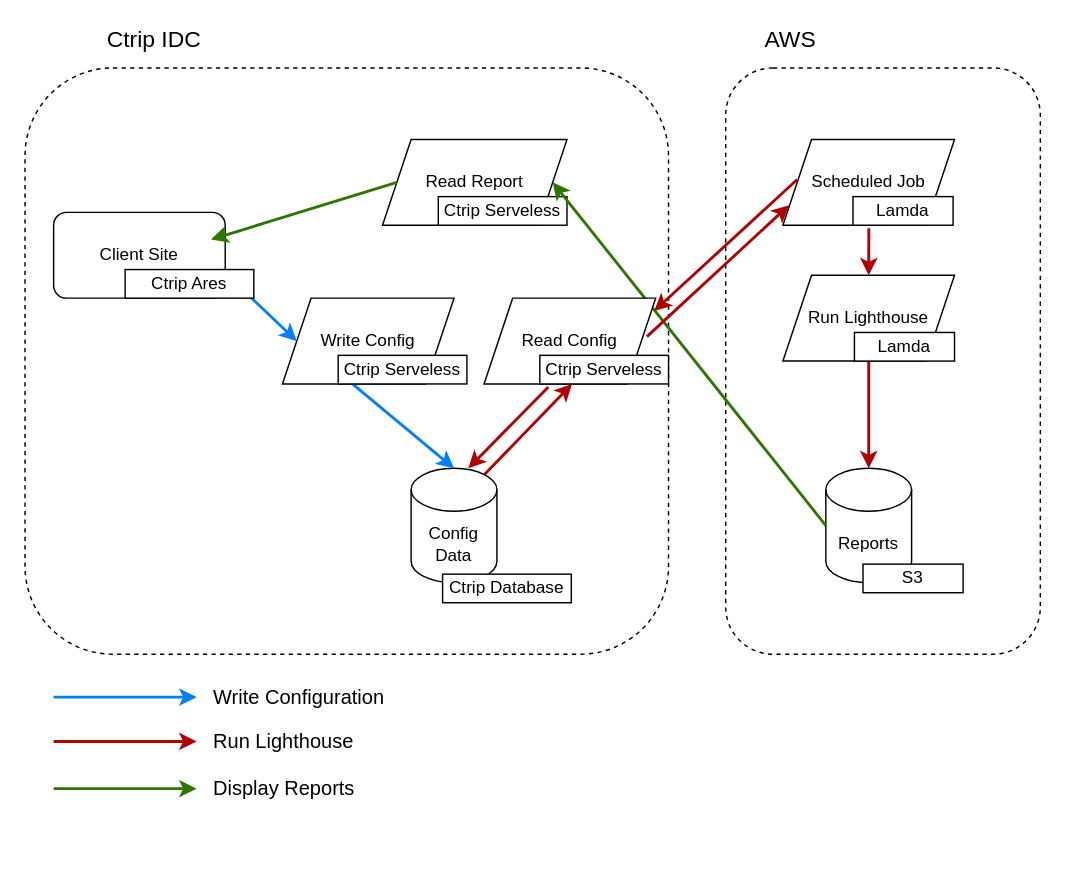
harrybaa/drawio_bucket keeps this draw.io diagram as Untitled Diagram.drawio. Above is the earlier version. Source tidied: cells renumbered, new cells numbered last; positions are measured from the earlier drawing's top-left corner, leaving out a move shared by most shapes. Both pictures are drawn from the tidied source at 143%, with x=0, y=0 at pixel (24, 24).
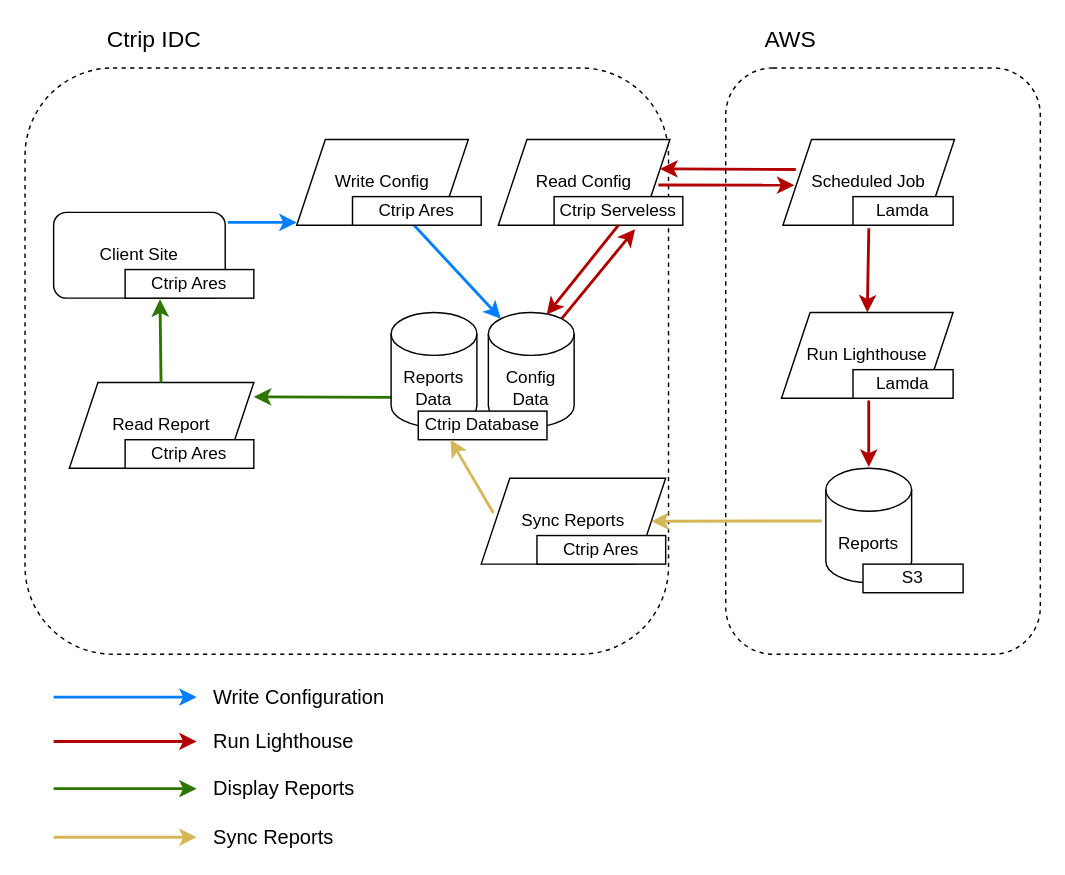
The same diagram, later.

Unchanged cells that the change refers to:
```xml
<mxCell id="6" value="Client Site" style="rounded=1;whiteSpace=wrap;html=1;" parent="1" vertex="1">
  <mxGeometry x="20" y="131" width="120" height="60" as="geometry" />
</mxCell>
<mxCell id="9" value="Reports" style="shape=cylinder3;whiteSpace=wrap;html=1;boundedLbl=1;backgroundOutline=1;size=15;" parent="1" vertex="1">
  <mxGeometry x="560" y="310" width="60" height="80" as="geometry" />
</mxCell>
<mxCell id="13" value="Scheduled Job" style="shape=parallelogram;perimeter=parallelogramPerimeter;whiteSpace=wrap;html=1;fixedSize=1;" parent="1" vertex="1">
  <mxGeometry x="530" y="80" width="120" height="60" as="geometry" />
</mxCell>
<mxCell id="30" value="Ctrip Ares" style="rounded=0;whiteSpace=wrap;html=1;fontSize=12;" parent="1" vertex="1">
  <mxGeometry x="70" y="171" width="90" height="20" as="geometry" />
</mxCell>
```

Diff of the diagram source:
```diff
@@
     <mxCell id="4" value="Config Data" style="shape=cylinder3;whiteSpace=wrap;html=1;boundedLbl=1;backgroundOutline=1;size=15;" parent="1" vertex="1">
-      <mxGeometry x="270" y="310" width="60" height="80" as="geometry" />
+      <mxGeometry x="324" y="201" width="60" height="80" as="geometry" />
     </mxCell>
     <mxCell id="5" value="Write Config" style="shape=parallelogram;perimeter=parallelogramPerimeter;whiteSpace=wrap;html=1;fixedSize=1;" parent="1" vertex="1">
-      <mxGeometry x="180" y="191" width="120" height="60" as="geometry" />
+      <mxGeometry x="190" y="80" width="120" height="60" as="geometry" />
     </mxCell>
@@
     <mxCell id="7" value="Read Report" style="shape=parallelogram;perimeter=parallelogramPerimeter;whiteSpace=wrap;html=1;fixedSize=1;" parent="1" vertex="1">
-      <mxGeometry x="250" y="80" width="129" height="60" as="geometry" />
+      <mxGeometry x="31" y="250" width="129" height="60" as="geometry" />
     </mxCell>
-    <mxCell id="8" value="Ctrip Serveless" style="rounded=0;whiteSpace=wrap;html=1;fontSize=12;" parent="7" vertex="1">
+    <mxCell id="8" value="Ctrip Ares" style="rounded=0;whiteSpace=wrap;html=1;fontSize=12;" parent="7" vertex="1">
       <mxGeometry x="39" y="40" width="90" height="20" as="geometry" />
     </mxCell>
@@
     <mxCell id="10" value="Run Lighthouse" style="shape=parallelogram;perimeter=parallelogramPerimeter;whiteSpace=wrap;html=1;fixedSize=1;" parent="1" vertex="1">
-      <mxGeometry x="530" y="175" width="120" height="60" as="geometry" />
+      <mxGeometry x="529" y="201" width="120" height="60" as="geometry" />
     </mxCell>
-    <mxCell id="11" style="curved=1;endArrow=classic;html=1;rounded=0;strokeColor=#007FFF;strokeWidth=2;entryX=0;entryY=0.5;entryDx=0;entryDy=0;exitX=0.75;exitY=0;exitDx=0;exitDy=0;" parent="1" edge="1" source="30" target="5">
+    <mxCell id="11" style="curved=1;endArrow=classic;html=1;rounded=0;strokeColor=#007FFF;strokeWidth=2;exitX=1.015;exitY=0.117;exitDx=0;exitDy=0;exitPerimeter=0;entryX=0;entryY=0.967;entryDx=0;entryDy=0;entryPerimeter=0;" parent="1" edge="1" source="6" target="5">
       <mxGeometry relative="1" as="geometry" />
     </mxCell>
-    <mxCell id="12" style="curved=1;endArrow=classic;html=1;rounded=0;exitX=0.408;exitY=1;exitDx=0;exitDy=0;strokeColor=#007FFF;entryX=0.5;entryY=0;entryDx=0;entryDy=0;entryPerimeter=0;strokeWidth=2;exitPerimeter=0;" parent="1" edge="1" source="5" target="4">
+    <mxCell id="12" style="curved=1;endArrow=classic;html=1;rounded=0;exitX=0.477;exitY=0.994;exitDx=0;exitDy=0;strokeColor=#007FFF;entryX=0.145;entryY=0;entryDx=0;entryDy=4.35;entryPerimeter=0;strokeWidth=2;exitPerimeter=0;" parent="1" edge="1" source="29" target="4">
       <mxGeometry relative="1" as="geometry" />
     </mxCell>
@@
-    <mxCell id="15" style="curved=1;endArrow=classic;html=1;rounded=0;strokeColor=#B20000;exitX=0.5;exitY=1;exitDx=0;exitDy=0;entryX=0.5;entryY=0;entryDx=0;entryDy=0;fillColor=#e51400;entryPerimeter=0;strokeWidth=2;" parent="1" edge="1" source="10" target="9">
+    <mxCell id="15" style="curved=1;endArrow=classic;html=1;rounded=0;strokeColor=#B20000;entryX=0.5;entryY=0;entryDx=0;entryDy=0;fillColor=#e51400;entryPerimeter=0;strokeWidth=2;" parent="1" edge="1">
       <mxGeometry relative="1" as="geometry">
+        <mxPoint x="590" y="269" as="sourcePoint" />
+        <mxPoint x="590" y="309" as="targetPoint" />
         <Array as="points">
-          <mxPoint x="590" y="270" />
+          <mxPoint x="590" y="249" />
         </Array>
       </mxGeometry>
     </mxCell>
-    <mxCell id="16" style="curved=1;endArrow=classic;html=1;rounded=0;strokeColor=#2D7600;exitX=0;exitY=0.5;exitDx=0;exitDy=0;exitPerimeter=0;entryX=1;entryY=0.5;entryDx=0;entryDy=0;fillColor=#60a917;strokeWidth=2;" parent="1" edge="1" source="9" target="7">
-      <mxGeometry relative="1" as="geometry" />
+    <mxCell id="16" style="curved=1;endArrow=classic;html=1;rounded=0;strokeColor=#2D7600;fillColor=#60a917;strokeWidth=2;exitX=0;exitY=1;exitDx=0;exitDy=-15;exitPerimeter=0;" parent="1" edge="1">
+      <mxGeometry relative="1" as="geometry">
+        <mxPoint x="256" y="260.4" as="sourcePoint" />
+        <mxPoint x="160" y="260" as="targetPoint" />
+      </mxGeometry>
     </mxCell>
-    <mxCell id="17" style="curved=1;endArrow=classic;html=1;rounded=0;strokeColor=#2D7600;fillColor=#60a917;exitX=0;exitY=0.5;exitDx=0;exitDy=0;strokeWidth=2;entryX=0.917;entryY=0.317;entryDx=0;entryDy=0;entryPerimeter=0;" parent="1" edge="1" source="7" target="6">
+    <mxCell id="17" style="curved=1;endArrow=classic;html=1;rounded=0;strokeColor=#2D7600;fillColor=#60a917;strokeWidth=2;entryX=0.271;entryY=1.041;entryDx=0;entryDy=0;entryPerimeter=0;" parent="1" edge="1" source="7" target="30">
       <mxGeometry relative="1" as="geometry" />
     </mxCell>
@@
     <mxCell id="26" value="Lamda" style="rounded=0;whiteSpace=wrap;html=1;fontSize=12;" parent="1" vertex="1">
-      <mxGeometry x="580" y="215" width="70" height="20" as="geometry" />
+      <mxGeometry x="579" y="241" width="70" height="20" as="geometry" />
     </mxCell>
@@
-    <mxCell id="28" value="Ctrip Database" style="rounded=0;whiteSpace=wrap;html=1;fontSize=12;" parent="1" vertex="1">
-      <mxGeometry x="292" y="384" width="90" height="20" as="geometry" />
-    </mxCell>
-    <mxCell id="29" value="Ctrip Serveless" style="rounded=0;whiteSpace=wrap;html=1;fontSize=12;" parent="1" vertex="1">
-      <mxGeometry x="219" y="231" width="90" height="20" as="geometry" />
+    <mxCell id="29" value="Ctrip Ares" style="rounded=0;whiteSpace=wrap;html=1;fontSize=12;" parent="1" vertex="1">
+      <mxGeometry x="229" y="120" width="90" height="20" as="geometry" />
     </mxCell>
@@
     <mxCell id="31" value="Read Config" style="shape=parallelogram;perimeter=parallelogramPerimeter;whiteSpace=wrap;html=1;fixedSize=1;" parent="1" vertex="1">
-      <mxGeometry x="321" y="191" width="120" height="60" as="geometry" />
+      <mxGeometry x="331" y="80" width="120" height="60" as="geometry" />
     </mxCell>
     <mxCell id="32" value="Ctrip Serveless" style="rounded=0;whiteSpace=wrap;html=1;fontSize=12;" parent="1" vertex="1">
-      <mxGeometry x="360" y="231" width="90" height="20" as="geometry" />
+      <mxGeometry x="370" y="120" width="90" height="20" as="geometry" />
     </mxCell>
-    <mxCell id="33" style="curved=1;endArrow=classic;html=1;rounded=0;strokeColor=#B20000;fillColor=#e51400;strokeWidth=2;verticalAlign=middle;exitX=0.066;exitY=1.103;exitDx=0;exitDy=0;exitPerimeter=0;" parent="1" edge="1" source="32">
-      <mxGeometry relative="1" as="geometry">
-        <mxPoint x="310" y="310" as="targetPoint" />
-      </mxGeometry>
+    <mxCell id="33" style="curved=1;endArrow=classic;html=1;rounded=0;strokeColor=#B20000;fillColor=#e51400;strokeWidth=2;verticalAlign=middle;exitX=0.5;exitY=1;exitDx=0;exitDy=0;entryX=0.679;entryY=0.02;entryDx=0;entryDy=0;entryPerimeter=0;" parent="1" edge="1" source="32" target="4">
+      <mxGeometry relative="1" as="geometry" />
     </mxCell>
-    <mxCell id="34" style="curved=1;endArrow=classic;html=1;rounded=0;strokeColor=#B20000;fillColor=#e51400;strokeWidth=2;verticalAlign=middle;entryX=0.25;entryY=1;entryDx=0;entryDy=0;exitX=0.855;exitY=0;exitDx=0;exitDy=4.35;exitPerimeter=0;" parent="1" edge="1" source="4" target="32">
+    <mxCell id="34" style="curved=1;endArrow=classic;html=1;rounded=0;strokeColor=#B20000;fillColor=#e51400;strokeWidth=2;verticalAlign=middle;exitX=0.855;exitY=0;exitDx=0;exitDy=4.35;exitPerimeter=0;entryX=0.629;entryY=1.14;entryDx=0;entryDy=0;entryPerimeter=0;" parent="1" edge="1" source="4" target="32">
       <mxGeometry relative="1" as="geometry" />
     </mxCell>
-    <mxCell id="35" style="curved=1;endArrow=classic;html=1;rounded=0;strokeColor=#B20000;fillColor=#e51400;strokeWidth=2;verticalAlign=middle;exitX=0.949;exitY=0.448;exitDx=0;exitDy=0;exitPerimeter=0;entryX=0.036;entryY=0.766;entryDx=0;entryDy=0;entryPerimeter=0;" parent="1" edge="1" source="31" target="13">
-      <mxGeometry relative="1" as="geometry" />
+    <mxCell id="35" style="curved=1;endArrow=classic;html=1;rounded=0;strokeColor=#B20000;fillColor=#e51400;strokeWidth=2;verticalAlign=middle;exitX=0.949;exitY=0.448;exitDx=0;exitDy=0;exitPerimeter=0;" parent="1" edge="1">
+      <mxGeometry relative="1" as="geometry">
+        <mxPoint x="442.9" y="111.9" as="sourcePoint" />
+        <mxPoint x="538" y="112" as="targetPoint" />
+      </mxGeometry>
     </mxCell>
-    <mxCell id="36" style="curved=1;endArrow=classic;html=1;rounded=0;strokeColor=#B20000;exitX=0;exitY=0.5;exitDx=0;exitDy=0;fillColor=#e51400;strokeWidth=2;" parent="1" edge="1">
+    <mxCell id="36" style="curved=1;endArrow=classic;html=1;rounded=0;strokeColor=#B20000;fillColor=#e51400;strokeWidth=2;entryX=0.836;entryY=-0.168;entryDx=0;entryDy=0;entryPerimeter=0;" parent="1" edge="1">
       <mxGeometry relative="1" as="geometry">
-        <mxPoint x="540" y="108" as="sourcePoint" />
-        <mxPoint x="440" y="200" as="targetPoint" />
+        <mxPoint x="539" y="101" as="sourcePoint" />
+        <mxPoint x="444.2" y="100.6" as="targetPoint" />
       </mxGeometry>
     </mxCell>
@@
+    <mxCell id="38" value="Reports Data" style="shape=cylinder3;whiteSpace=wrap;html=1;boundedLbl=1;backgroundOutline=1;size=15;" parent="1" vertex="1">
+      <mxGeometry x="256" y="201" width="60" height="80" as="geometry" />
+    </mxCell>
+    <mxCell id="39" value="Sync Reports" style="shape=parallelogram;perimeter=parallelogramPerimeter;whiteSpace=wrap;html=1;fixedSize=1;" parent="1" vertex="1">
+      <mxGeometry x="319" y="317" width="129" height="60" as="geometry" />
+    </mxCell>
+    <mxCell id="40" value="Ctrip Ares" style="rounded=0;whiteSpace=wrap;html=1;fontSize=12;" parent="39" vertex="1">
+      <mxGeometry x="39" y="40" width="90" height="20" as="geometry" />
+    </mxCell>
+    <mxCell id="28" value="Ctrip Database" style="rounded=0;whiteSpace=wrap;html=1;fontSize=12;" parent="1" vertex="1">
+      <mxGeometry x="275" y="270" width="90" height="20" as="geometry" />
+    </mxCell>
+    <mxCell id="41" style="curved=1;endArrow=classic;html=1;rounded=0;strokeColor=#d6b656;fillColor=#fff2cc;strokeWidth=2;exitX=0.066;exitY=0.403;exitDx=0;exitDy=0;exitPerimeter=0;entryX=0.25;entryY=1;entryDx=0;entryDy=0;" parent="1" edge="1" source="39" target="28">
+      <mxGeometry relative="1" as="geometry" />
+    </mxCell>
+    <mxCell id="42" style="curved=1;endArrow=classic;html=1;rounded=0;strokeColor=#d6b656;fillColor=#fff2cc;strokeWidth=2;exitX=-0.046;exitY=0.46;exitDx=0;exitDy=0;exitPerimeter=0;entryX=1;entryY=0.5;entryDx=0;entryDy=0;" parent="1" edge="1" source="9" target="39">
+      <mxGeometry relative="1" as="geometry" />
+    </mxCell>
+    <mxCell id="43" style="curved=1;endArrow=classic;html=1;rounded=0;strokeColor=#d6b656;fillColor=#fff2cc;strokeWidth=2;" parent="1" edge="1">
+      <mxGeometry relative="1" as="geometry">
+        <mxPoint x="20" y="568" as="sourcePoint" />
+        <mxPoint x="120" y="568" as="targetPoint" />
+      </mxGeometry>
+    </mxCell>
+    <mxCell id="44" value="Sync Reports" style="text;html=1;align=left;verticalAlign=middle;strokeColor=none;fillColor=none;fontSize=14;" parent="1" vertex="1">
+      <mxGeometry x="130" y="558" width="100" height="20" as="geometry" />
+    </mxCell>
```
